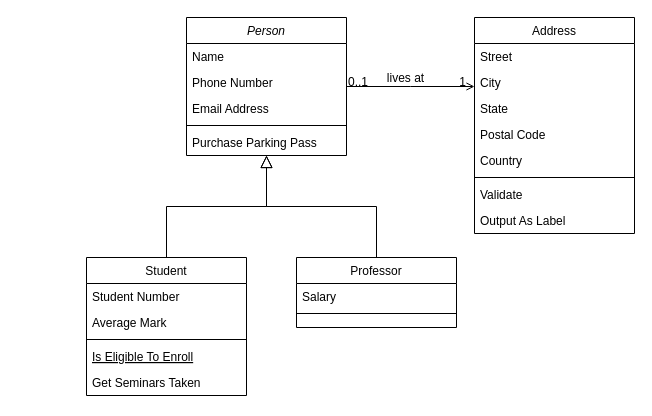
andrawicaksonoipb/Basis-Data keeps this draw.io diagram as Untitled Diagram.drawio. Above is the earlier version. Source tidied: cells renumbered, new cells numbered last; positions are measured from the earlier drawing's top-left corner, leaving out a move shared by most shapes. Both pictures are drawn from the tidied source at 100%, with x=0, y=0 at pixel (86, 17).
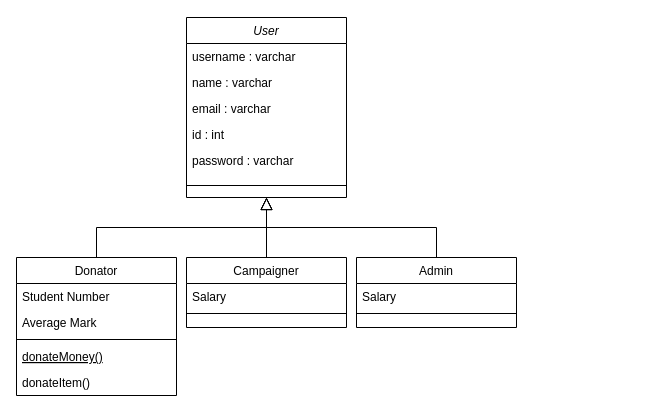
Above is the later version.

Diff of the diagram source:
```diff
@@
-    <mxCell id="2" value="Person" style="swimlane;fontStyle=2;align=center;verticalAlign=top;horizontal=1;startSize=26;rounded=0;shadow=0;strokeWidth=1;" parent="1" vertex="1">
-      <mxGeometry x="100" width="160" height="138" as="geometry" />
+    <mxCell id="2" value="User" style="swimlane;fontStyle=2;align=center;verticalAlign=top;horizontal=1;startSize=26;rounded=0;shadow=0;strokeWidth=1;" parent="1" vertex="1">
+      <mxGeometry x="100" width="160" height="180" as="geometry" />
     </mxCell>
-    <mxCell id="3" value="Name" style="text;align=left;verticalAlign=top;spacingLeft=4;spacingRight=4;overflow=hidden;" parent="2" vertex="1">
+    <mxCell id="3" value="username : varchar" style="text;align=left;verticalAlign=top;spacingLeft=4;spacingRight=4;overflow=hidden;" parent="2" vertex="1">
       <mxGeometry y="26" width="160" height="26" as="geometry" />
     </mxCell>
-    <mxCell id="4" value="Phone Number" style="text;align=left;verticalAlign=top;spacingLeft=4;spacingRight=4;overflow=hidden;rounded=0;shadow=0;html=0;" parent="2" vertex="1">
+    <mxCell id="4" value="name : varchar" style="text;align=left;verticalAlign=top;spacingLeft=4;spacingRight=4;overflow=hidden;rounded=0;shadow=0;html=0;" parent="2" vertex="1">
       <mxGeometry y="52" width="160" height="26" as="geometry" />
     </mxCell>
-    <mxCell id="5" value="Email Address" style="text;align=left;verticalAlign=top;spacingLeft=4;spacingRight=4;overflow=hidden;rounded=0;shadow=0;html=0;" parent="2" vertex="1">
+    <mxCell id="5" value="email : varchar" style="text;align=left;verticalAlign=top;spacingLeft=4;spacingRight=4;overflow=hidden;rounded=0;shadow=0;html=0;" parent="2" vertex="1">
       <mxGeometry y="78" width="160" height="26" as="geometry" />
     </mxCell>
-    <mxCell id="6" style="line;html=1;strokeWidth=1;align=left;verticalAlign=middle;spacingTop=-1;spacingLeft=3;spacingRight=3;labelPosition=right;" parent="2" vertex="1">
-      <mxGeometry y="104" width="160" height="8" as="geometry" />
-    </mxCell>
-    <mxCell id="7" value="Purchase Parking Pass" style="text;align=left;verticalAlign=top;spacingLeft=4;spacingRight=4;overflow=hidden;" parent="2" vertex="1">
-      <mxGeometry y="112" width="160" height="26" as="geometry" />
-    </mxCell>
+    <mxCell id="32" value="id : int" style="text;align=left;verticalAlign=top;spacingLeft=4;spacingRight=4;overflow=hidden;rounded=0;shadow=0;html=0;" parent="2" vertex="1">
+      <mxGeometry y="104" width="160" height="26" as="geometry" />
+    </mxCell>
+    <mxCell id="33" value="password : varchar" style="text;align=left;verticalAlign=top;spacingLeft=4;spacingRight=4;overflow=hidden;rounded=0;shadow=0;html=0;" parent="2" vertex="1">
+      <mxGeometry y="130" width="160" height="26" as="geometry" />
+    </mxCell>
+    <mxCell id="34" style="line;html=1;strokeWidth=1;align=left;verticalAlign=middle;spacingTop=-1;spacingLeft=3;spacingRight=3;labelPosition=right;" parent="2" vertex="1">
+      <mxGeometry y="156" width="160" height="24" as="geometry" />
+    </mxCell>
-    <mxCell id="8" value="Student" style="swimlane;fontStyle=0;align=center;verticalAlign=top;horizontal=1;startSize=26;rounded=0;shadow=0;strokeWidth=1;" parent="1" vertex="1">
-      <mxGeometry y="240" width="160" height="138" as="geometry" />
+    <mxCell id="8" value="Donator" style="swimlane;fontStyle=0;align=center;verticalAlign=top;horizontal=1;startSize=26;rounded=0;shadow=0;strokeWidth=1;" parent="1" vertex="1">
+      <mxGeometry x="-70" y="240" width="160" height="138" as="geometry" />
     </mxCell>
@@
-    <mxCell id="12" value="Is Eligible To Enroll" style="text;align=left;verticalAlign=top;spacingLeft=4;spacingRight=4;overflow=hidden;fontStyle=4;" parent="8" vertex="1">
+    <mxCell id="12" value="donateMoney()" style="text;align=left;verticalAlign=top;spacingLeft=4;spacingRight=4;overflow=hidden;fontStyle=4;" parent="8" vertex="1">
       <mxGeometry y="86" width="160" height="26" as="geometry" />
     </mxCell>
-    <mxCell id="13" value="Get Seminars Taken" style="text;align=left;verticalAlign=top;spacingLeft=4;spacingRight=4;overflow=hidden;" parent="8" vertex="1">
+    <mxCell id="13" value="donateItem()" style="text;align=left;verticalAlign=top;spacingLeft=4;spacingRight=4;overflow=hidden;" parent="8" vertex="1">
       <mxGeometry y="112" width="160" height="26" as="geometry" />
     </mxCell>
@@
-    <mxCell id="15" value="Professor" style="swimlane;fontStyle=0;align=center;verticalAlign=top;horizontal=1;startSize=26;rounded=0;shadow=0;strokeWidth=1;" parent="1" vertex="1">
-      <mxGeometry x="210" y="240" width="160" height="70" as="geometry" />
+    <mxCell id="15" value="Campaigner" style="swimlane;fontStyle=0;align=center;verticalAlign=top;horizontal=1;startSize=26;rounded=0;shadow=0;strokeWidth=1;" parent="1" vertex="1">
+      <mxGeometry x="100" y="240" width="160" height="70" as="geometry" />
     </mxCell>
@@
-    <mxCell id="19" value="Address" style="swimlane;fontStyle=0;align=center;verticalAlign=top;horizontal=1;startSize=26;rounded=0;shadow=0;strokeWidth=1;" parent="1" vertex="1">
-      <mxGeometry x="388" width="160" height="216" as="geometry" />
-    </mxCell>
-    <mxCell id="20" value="Street" style="text;align=left;verticalAlign=top;spacingLeft=4;spacingRight=4;overflow=hidden;" parent="19" vertex="1">
-      <mxGeometry y="26" width="160" height="26" as="geometry" />
-    </mxCell>
-    <mxCell id="21" value="City" style="text;align=left;verticalAlign=top;spacingLeft=4;spacingRight=4;overflow=hidden;rounded=0;shadow=0;html=0;" parent="19" vertex="1">
-      <mxGeometry y="52" width="160" height="26" as="geometry" />
-    </mxCell>
-    <mxCell id="22" value="State" style="text;align=left;verticalAlign=top;spacingLeft=4;spacingRight=4;overflow=hidden;rounded=0;shadow=0;html=0;" parent="19" vertex="1">
-      <mxGeometry y="78" width="160" height="26" as="geometry" />
-    </mxCell>
-    <mxCell id="23" value="Postal Code" style="text;align=left;verticalAlign=top;spacingLeft=4;spacingRight=4;overflow=hidden;rounded=0;shadow=0;html=0;" parent="19" vertex="1">
-      <mxGeometry y="104" width="160" height="26" as="geometry" />
-    </mxCell>
-    <mxCell id="24" value="Country" style="text;align=left;verticalAlign=top;spacingLeft=4;spacingRight=4;overflow=hidden;rounded=0;shadow=0;html=0;" parent="19" vertex="1">
-      <mxGeometry y="130" width="160" height="26" as="geometry" />
-    </mxCell>
-    <mxCell id="25" style="line;html=1;strokeWidth=1;align=left;verticalAlign=middle;spacingTop=-1;spacingLeft=3;spacingRight=3;labelPosition=right;" parent="19" vertex="1">
-      <mxGeometry y="156" width="160" height="8" as="geometry" />
-    </mxCell>
-    <mxCell id="26" value="Validate" style="text;align=left;verticalAlign=top;spacingLeft=4;spacingRight=4;overflow=hidden;" parent="19" vertex="1">
-      <mxGeometry y="164" width="160" height="26" as="geometry" />
-    </mxCell>
-    <mxCell id="27" value="Output As Label" style="text;align=left;verticalAlign=top;spacingLeft=4;spacingRight=4;overflow=hidden;" parent="19" vertex="1">
-      <mxGeometry y="190" width="160" height="26" as="geometry" />
-    </mxCell>
-    <mxCell id="28" style="endArrow=open;shadow=0;strokeWidth=1;rounded=0;endFill=1;edgeStyle=elbowEdgeStyle;elbow=vertical;" parent="1" edge="1" source="2" target="19">
-      <mxGeometry x="0.5" y="41" relative="1" as="geometry">
-        <mxPoint x="-40" y="32" as="offset" />
-      </mxGeometry>
-    </mxCell>
-    <mxCell id="29" value="0..1" style="align=left;verticalAlign=bottom;labelBackgroundColor=none;fontSize=12;" parent="28" vertex="1">
-      <mxGeometry x="-1" relative="1" as="geometry">
-        <mxPoint y="4" as="offset" />
-      </mxGeometry>
-    </mxCell>
-    <mxCell id="30" value="1" style="align=right;verticalAlign=bottom;labelBackgroundColor=none;fontSize=12;" parent="28" vertex="1">
-      <mxGeometry x="1" relative="1" as="geometry">
-        <mxPoint x="-7" y="4" as="offset" />
-      </mxGeometry>
-    </mxCell>
-    <mxCell id="31" value="lives at" style="text;html=1;align=center;verticalAlign=middle;labelBackgroundColor=none;rounded=0;shadow=0;strokeWidth=1;fontSize=12;" parent="28" vertex="1">
-      <mxGeometry x="0.5" y="49" relative="1" as="geometry">
-        <mxPoint x="-38" y="40" as="offset" />
-      </mxGeometry>
-    </mxCell>
+    <mxCell id="35" value="Admin" style="swimlane;fontStyle=0;align=center;verticalAlign=top;horizontal=1;startSize=26;rounded=0;shadow=0;strokeWidth=1;" parent="1" vertex="1">
+      <mxGeometry x="270" y="240" width="160" height="70" as="geometry" />
+    </mxCell>
+    <mxCell id="36" value="Salary" style="text;align=left;verticalAlign=top;spacingLeft=4;spacingRight=4;overflow=hidden;" parent="35" vertex="1">
+      <mxGeometry y="26" width="160" height="26" as="geometry" />
+    </mxCell>
+    <mxCell id="37" style="line;html=1;strokeWidth=1;align=left;verticalAlign=middle;spacingTop=-1;spacingLeft=3;spacingRight=3;labelPosition=right;" parent="35" vertex="1">
+      <mxGeometry y="52" width="160" height="8" as="geometry" />
+    </mxCell>
+    <mxCell id="38" style="endArrow=block;endSize=10;endFill=0;shadow=0;strokeWidth=1;rounded=0;edgeStyle=elbowEdgeStyle;elbow=vertical;exitX=0.5;exitY=0;exitDx=0;exitDy=0;" parent="1" edge="1" source="35">
+      <mxGeometry relative="1" as="geometry">
+        <mxPoint x="180" y="180" as="targetPoint" />
+      </mxGeometry>
+    </mxCell>
```
